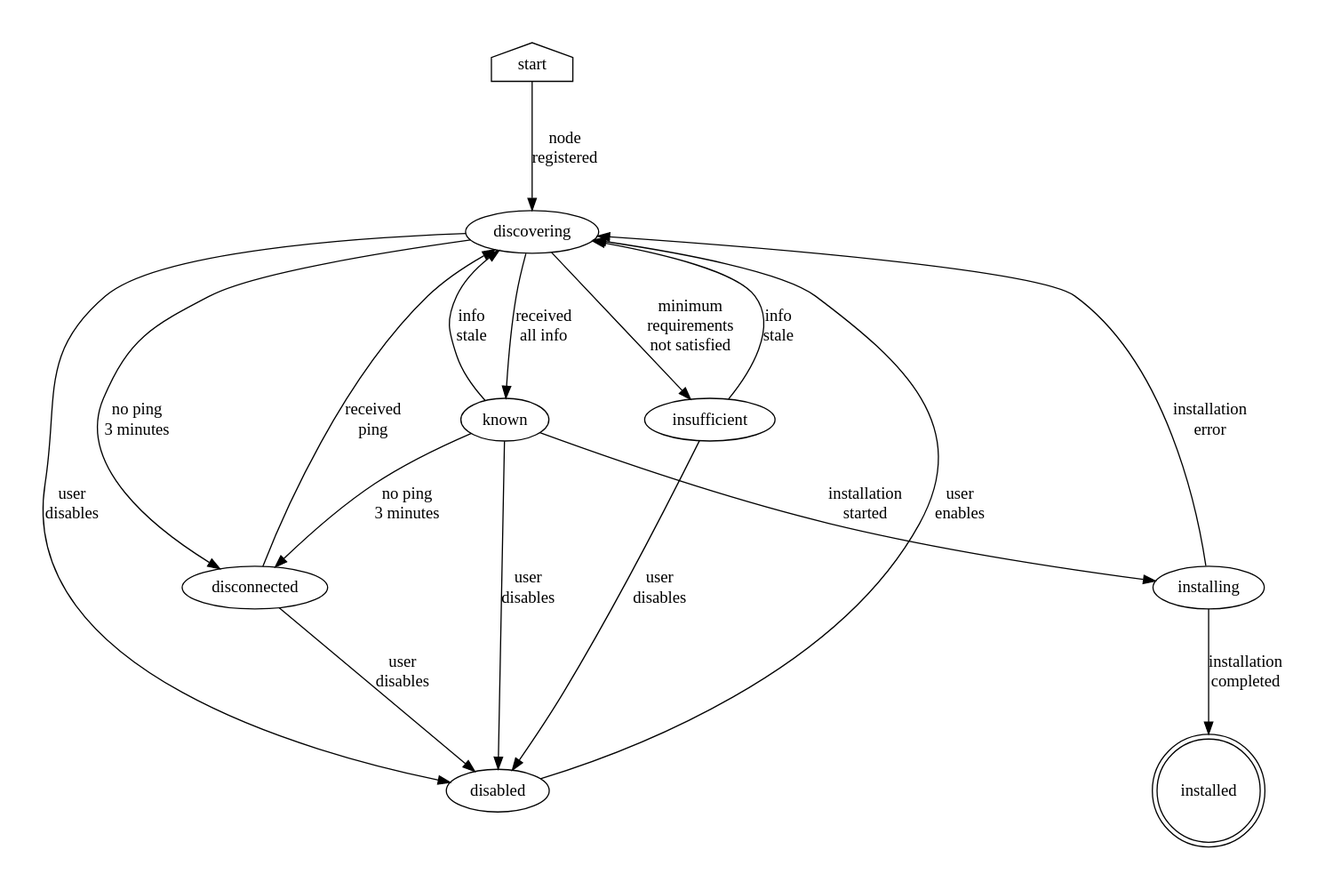
Before: docs/NodeState.png, a diagram exported from Graphviz (openshift/assisted-service). Its source is kept beside it as docs/NodeState.dot.
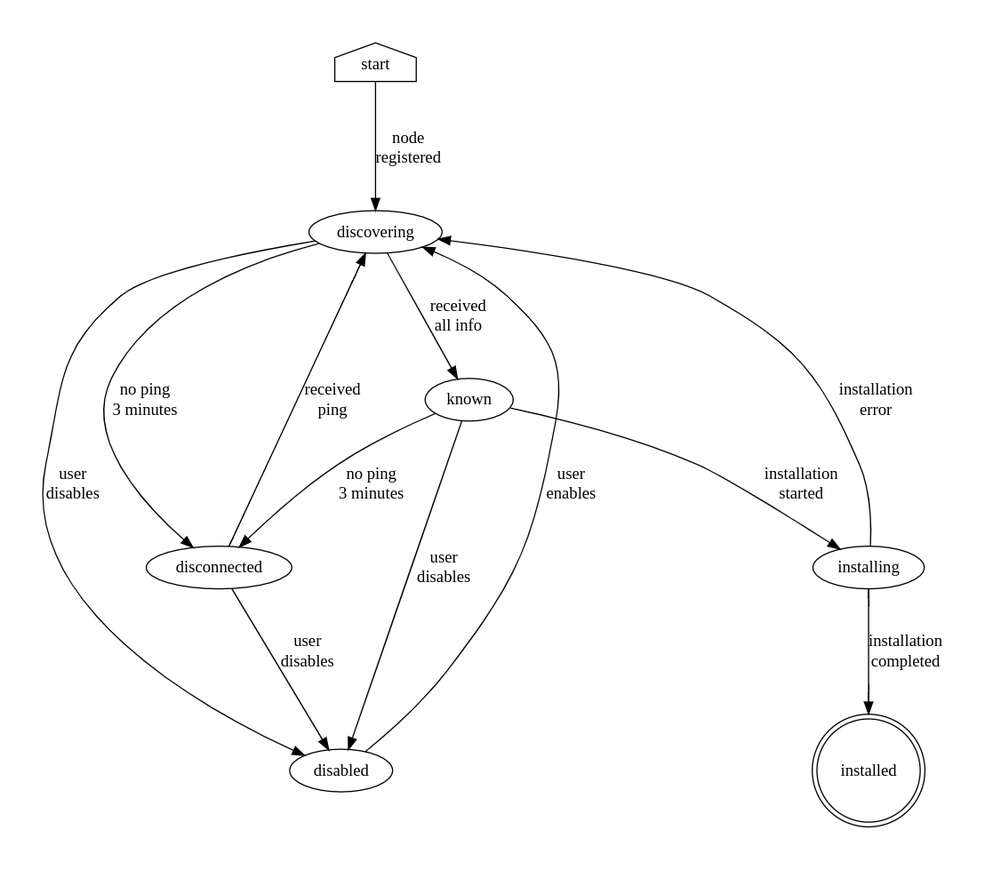
The same diagram one commit later.

Commit message:
State machine updates

Change to the diagram source:
```diff
@@ -6,10 +6,8 @@
 
     discovering -> disconnected [label = "no ping\n3 minutes"];
     discovering -> known [label = "received\nall info"];
-    discovering -> insufficient [label = "minimum\nrequirements\nnot satisfied"];
     discovering -> disabled [label = "user\ndisables"];
 
-    known -> discovering [label = "info\nstale"];
     known -> disconnected [label = "no ping\n3 minutes"];
     known -> installing [label = "installation\nstarted"];
     known -> disabled [label = "user\ndisables"];
@@ -19,9 +17,6 @@
 
     disabled -> discovering [label = "user\nenables"];
 
-    insufficient -> discovering [label = "info\nstale"];
-    insufficient -> disabled [label = "user\ndisables"];
-
     installing -> installed [label = "installation\ncompleted"];
     installing -> discovering [label = "installation\nerror"]
 
```
